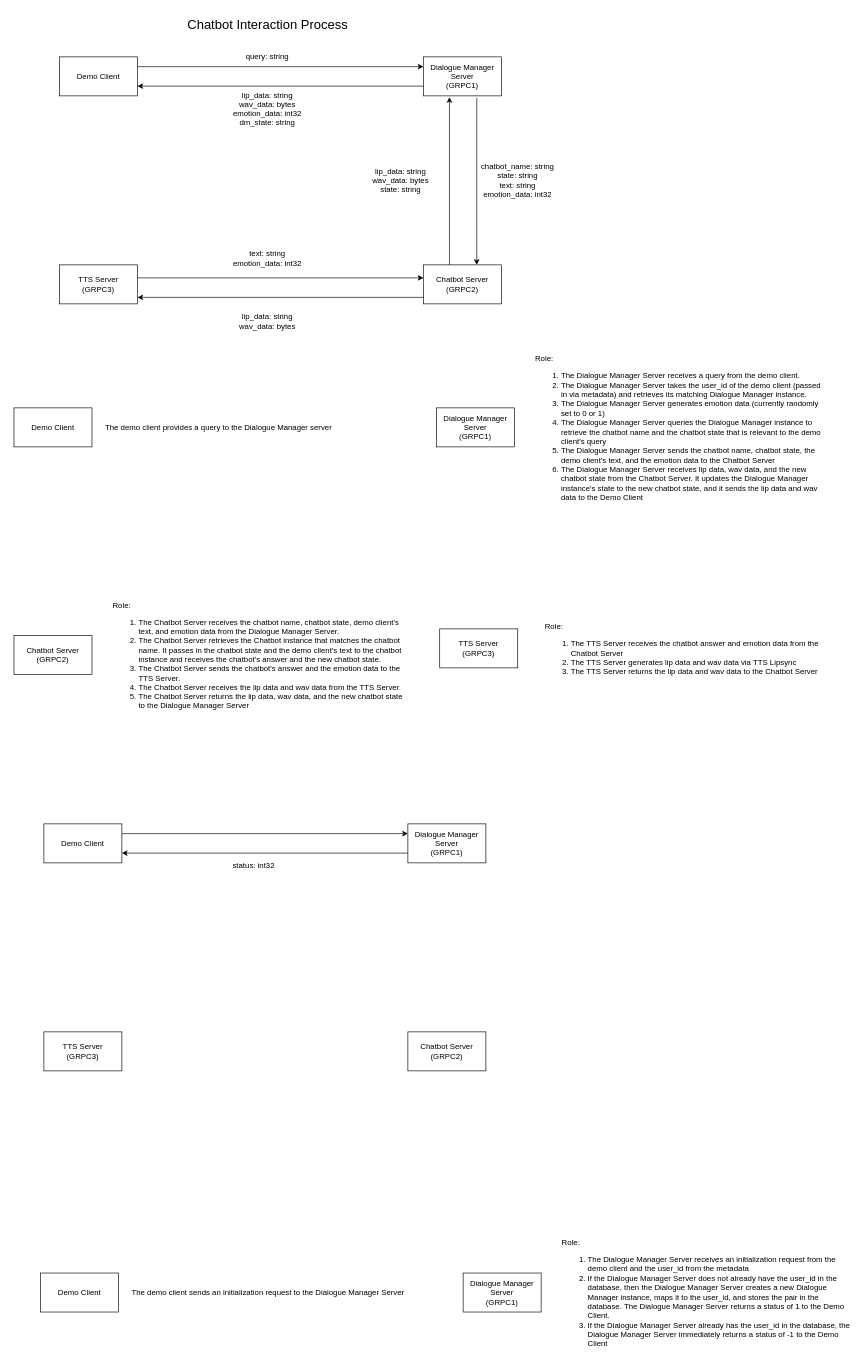
Earlier version of the draw.io diagram Untitled Diagram.drawio (YoungHaYoo12/audio-grapher). Source tidied: cells renumbered, new cells numbered last; positions are measured from the earlier drawing's top-left corner, leaving out a move shared by most shapes. Both pictures are drawn from the tidied source at 65%, with x=0, y=0 at pixel (14, 11).
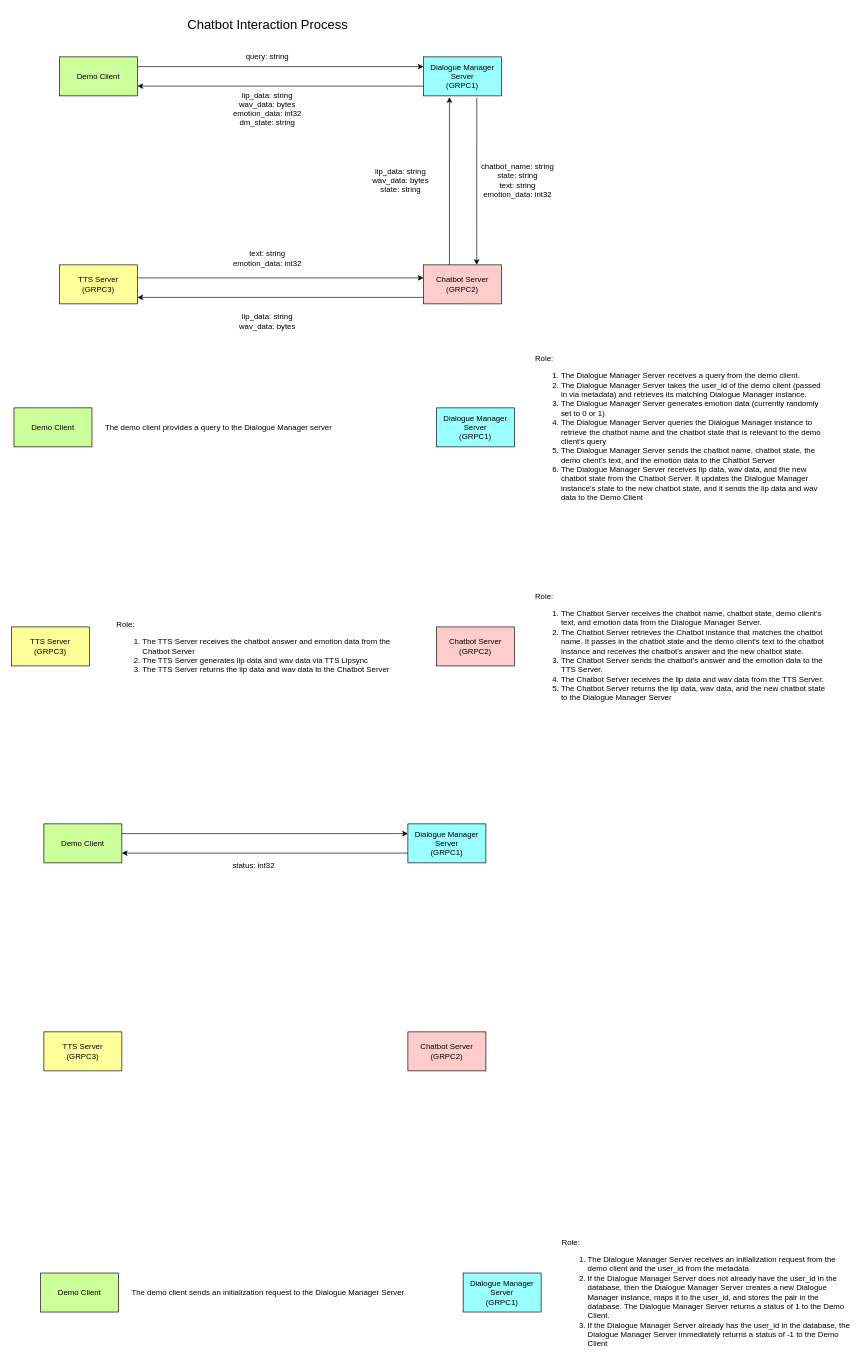
The same diagram, later.

The change refers to these unchanged cells:
```xml
<mxCell id="9" style="group;" parent="1" vertex="1">
  <mxGeometry x="70" y="60" width="800" height="427" as="geometry" />
</mxCell>
<mxCell id="34" style="group;" parent="33" vertex="1">
  <mxGeometry x="650" width="600" height="60" as="geometry" />
</mxCell>
<mxCell id="38" style="group;" parent="33" vertex="1">
  <mxGeometry width="540" height="60" as="geometry" />
</mxCell>
```

Change to the diagram source:
```diff
@@
     <mxCell id="2" style="group;" parent="1" vertex="1">
-      <mxGeometry y="820" width="600" height="340" as="geometry" />
+      <mxGeometry x="650" y="807" width="600" height="340" as="geometry" />
     </mxCell>
-    <mxCell id="3" value="Chatbot Server (GRPC2)" style="rounded=0;whiteSpace=wrap;html=1;" parent="2" vertex="1">
+    <mxCell id="3" value="Chatbot Server (GRPC2)" style="rounded=0;whiteSpace=wrap;html=1;fillColor=#FFCCCC;" parent="2" vertex="1">
       <mxGeometry y="140" width="120" height="60" as="geometry" />
     </mxCell>
@@
     <mxCell id="5" style="group;" parent="1" vertex="1">
-      <mxGeometry x="655" y="810" width="610" height="340" as="geometry" />
+      <mxGeometry x="-4" y="807" width="610" height="340" as="geometry" />
     </mxCell>
-    <mxCell id="6" value="TTS Server&lt;br&gt;(GRPC3)" style="rounded=0;whiteSpace=wrap;html=1;" parent="5" vertex="1">
+    <mxCell id="6" value="TTS Server&lt;br&gt;(GRPC3)" style="rounded=0;whiteSpace=wrap;html=1;fillColor=#FFFF99;" parent="5" vertex="1">
       <mxGeometry y="140" width="120" height="60" as="geometry" />
     </mxCell>
@@
-    <mxCell id="10" value="TTS Server&lt;br&gt;(GRPC3)" style="rounded=0;whiteSpace=wrap;html=1;" parent="9" vertex="1">
+    <mxCell id="10" value="TTS Server&lt;br&gt;(GRPC3)" style="rounded=0;whiteSpace=wrap;html=1;fillColor=#FFFF99;" parent="9" vertex="1">
       <mxGeometry y="330" width="120" height="60" as="geometry" />
     </mxCell>
-    <mxCell id="11" value="Chatbot Server (GRPC2)" style="rounded=0;whiteSpace=wrap;html=1;" parent="9" vertex="1">
+    <mxCell id="11" value="Chatbot Server (GRPC2)" style="rounded=0;whiteSpace=wrap;html=1;fillColor=#FFCCCC;" parent="9" vertex="1">
       <mxGeometry x="560" y="330" width="120" height="60" as="geometry" />
     </mxCell>
@@
-    <mxCell id="20" value="Demo Client" style="rounded=0;whiteSpace=wrap;html=1;" parent="9" vertex="1">
+    <mxCell id="20" value="Demo Client" style="rounded=0;whiteSpace=wrap;html=1;fillColor=#CCFF99;" parent="9" vertex="1">
       <mxGeometry y="10" width="120" height="60" as="geometry" />
     </mxCell>
-    <mxCell id="21" value="Dialogue Manager Server &lt;br&gt;(GRPC1)" style="rounded=0;whiteSpace=wrap;html=1;" parent="9" vertex="1">
+    <mxCell id="21" value="Dialogue Manager Server &lt;br&gt;(GRPC1)" style="rounded=0;whiteSpace=wrap;html=1;fillColor=#99FFFF;" parent="9" vertex="1">
       <mxGeometry x="560" y="10" width="120" height="60" as="geometry" />
     </mxCell>
@@
-    <mxCell id="26" value="TTS Server&lt;br&gt;(GRPC3)" style="rounded=0;whiteSpace=wrap;html=1;" parent="1" vertex="1">
-      <mxGeometry x="46" y="1570" width="120" height="60" as="geometry" />
-    </mxCell>
-    <mxCell id="27" value="Chatbot Server (GRPC2)" style="rounded=0;whiteSpace=wrap;html=1;" parent="1" vertex="1">
-      <mxGeometry x="606" y="1570" width="120" height="60" as="geometry" />
-    </mxCell>
-    <mxCell id="28" value="Demo Client" style="rounded=0;whiteSpace=wrap;html=1;" parent="1" vertex="1">
-      <mxGeometry x="46" y="1250" width="120" height="60" as="geometry" />
-    </mxCell>
-    <mxCell id="29" value="Dialogue Manager Server &lt;br&gt;(GRPC1)" style="rounded=0;whiteSpace=wrap;html=1;" parent="1" vertex="1">
-      <mxGeometry x="606" y="1250" width="120" height="60" as="geometry" />
-    </mxCell>
-    <mxCell id="30" style="endArrow=classic;html=1;exitX=1;exitY=0.25;exitDx=0;exitDy=0;entryX=0;entryY=0.25;entryDx=0;entryDy=0;entryPerimeter=0;" parent="1" edge="1" source="28" target="29">
-      <mxGeometry x="56" y="1250" as="geometry" />
-    </mxCell>
-    <mxCell id="31" style="endArrow=classic;html=1;exitX=0;exitY=0.75;exitDx=0;exitDy=0;entryX=1;entryY=0.75;entryDx=0;entryDy=0;" parent="1" edge="1" source="29" target="28">
-      <mxGeometry x="56" y="1250" as="geometry" />
-    </mxCell>
-    <mxCell id="32" value="status: int32" style="text;html=1;strokeColor=none;fillColor=none;align=center;verticalAlign=middle;whiteSpace=wrap;rounded=0;" parent="1" vertex="1">
-      <mxGeometry x="274" y="1305" width="190" height="20" as="geometry" />
-    </mxCell>
@@
-    <mxCell id="35" value="Dialogue Manager Server &lt;br&gt;(GRPC1)" style="rounded=0;whiteSpace=wrap;html=1;" parent="34" vertex="1">
+    <mxCell id="35" value="Dialogue Manager Server &lt;br&gt;(GRPC1)" style="rounded=0;whiteSpace=wrap;html=1;fillColor=#99FFFF;" parent="34" vertex="1">
       <mxGeometry width="120" height="60" as="geometry" />
     </mxCell>
@@
-    <mxCell id="39" value="Demo Client" style="rounded=0;whiteSpace=wrap;html=1;" parent="38" vertex="1">
+    <mxCell id="39" value="Demo Client" style="rounded=0;whiteSpace=wrap;html=1;fillColor=#CCFF99;" parent="38" vertex="1">
       <mxGeometry width="120" height="60" as="geometry" />
     </mxCell>
@@
+    <mxCell id="47" style="group;" parent="1" vertex="1">
+      <mxGeometry x="46" y="1250" width="680" height="380" as="geometry" />
+    </mxCell>
+    <mxCell id="26" value="TTS Server&lt;br&gt;(GRPC3)" style="rounded=0;whiteSpace=wrap;html=1;fillColor=#FFFF99;" parent="47" vertex="1">
+      <mxGeometry y="320" width="120" height="60" as="geometry" />
+    </mxCell>
+    <mxCell id="27" value="Chatbot Server (GRPC2)" style="rounded=0;whiteSpace=wrap;html=1;fillColor=#FFCCCC;" parent="47" vertex="1">
+      <mxGeometry x="560" y="320" width="120" height="60" as="geometry" />
+    </mxCell>
+    <mxCell id="28" value="Demo Client" style="rounded=0;whiteSpace=wrap;html=1;fillColor=#CCFF99;" parent="47" vertex="1">
+      <mxGeometry width="120" height="60" as="geometry" />
+    </mxCell>
+    <mxCell id="29" value="Dialogue Manager Server &lt;br&gt;(GRPC1)" style="rounded=0;whiteSpace=wrap;html=1;fillColor=#99FFFF;" parent="47" vertex="1">
+      <mxGeometry x="560" width="120" height="60" as="geometry" />
+    </mxCell>
+    <mxCell id="30" style="endArrow=classic;html=1;exitX=1;exitY=0.25;exitDx=0;exitDy=0;entryX=0;entryY=0.25;entryDx=0;entryDy=0;entryPerimeter=0;" parent="47" edge="1" source="28" target="29">
+      <mxGeometry y="-10" as="geometry" />
+    </mxCell>
+    <mxCell id="31" style="endArrow=classic;html=1;exitX=0;exitY=0.75;exitDx=0;exitDy=0;entryX=1;entryY=0.75;entryDx=0;entryDy=0;" parent="47" edge="1" source="29" target="28">
+      <mxGeometry y="-10" as="geometry" />
+    </mxCell>
+    <mxCell id="32" value="status: int32" style="text;html=1;strokeColor=none;fillColor=none;align=center;verticalAlign=middle;whiteSpace=wrap;rounded=0;" parent="47" vertex="1">
+      <mxGeometry x="228" y="55" width="190" height="20" as="geometry" />
+    </mxCell>
+    <mxCell id="48" style="group;" parent="1" vertex="1">
+      <mxGeometry x="41" y="1941" width="1250" height="60" as="geometry" />
+    </mxCell>
-    <mxCell id="41" style="group;" parent="1" vertex="1">
-      <mxGeometry x="691" y="1941" width="600" height="60" as="geometry" />
+    <mxCell id="41" style="group;" parent="48" vertex="1">
+      <mxGeometry x="650" width="600" height="60" as="geometry" />
     </mxCell>
-    <mxCell id="42" value="Dialogue Manager Server &lt;br&gt;(GRPC1)" style="rounded=0;whiteSpace=wrap;html=1;" parent="41" vertex="1">
+    <mxCell id="42" value="Dialogue Manager Server &lt;br&gt;(GRPC1)" style="rounded=0;whiteSpace=wrap;html=1;fillColor=#99FFFF;" parent="41" vertex="1">
       <mxGeometry width="120" height="60" as="geometry" />
     </mxCell>
@@
-    <mxCell id="45" value="Demo Client" style="rounded=0;whiteSpace=wrap;html=1;" parent="1" vertex="1">
-      <mxGeometry x="41" y="1941" width="120" height="60" as="geometry" />
+    <mxCell id="45" value="Demo Client" style="rounded=0;whiteSpace=wrap;html=1;fillColor=#CCFF99;" parent="48" vertex="1">
+      <mxGeometry width="120" height="60" as="geometry" />
     </mxCell>
-    <mxCell id="46" value="The demo client sends an initialization request to the Dialogue Manager Server" style="text;html=1;strokeColor=none;fillColor=none;align=center;verticalAlign=middle;whiteSpace=wrap;rounded=0;" parent="1" vertex="1">
-      <mxGeometry x="166" y="1961" width="450" height="20" as="geometry" />
+    <mxCell id="46" value="The demo client sends an initialization request to the Dialogue Manager Server" style="text;html=1;strokeColor=none;fillColor=none;align=center;verticalAlign=middle;whiteSpace=wrap;rounded=0;" parent="48" vertex="1">
+      <mxGeometry x="125" y="20" width="450" height="20" as="geometry" />
     </mxCell>
```
